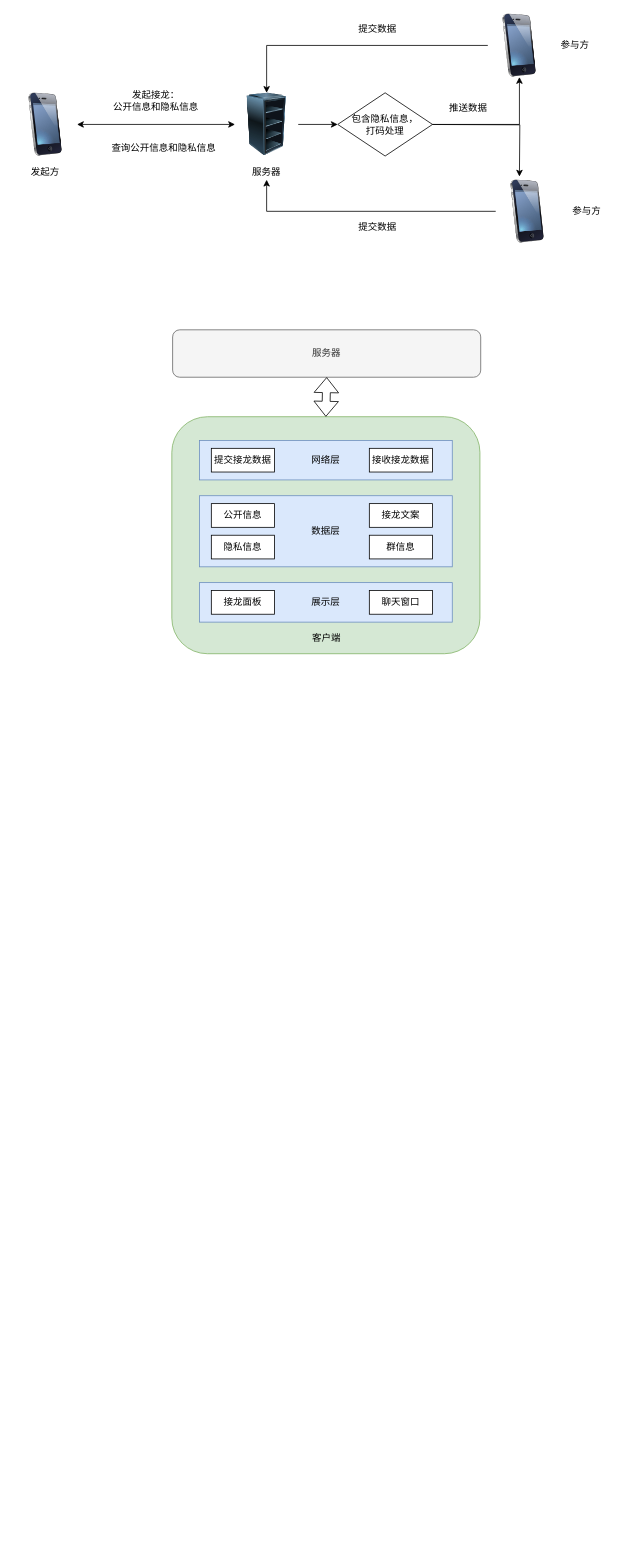
Above: Untitled Diagram.drawio in wind1096471134/Brainstorming (draw.io), before the change. Source tidied: cells renumbered, new cells numbered last; positions are measured from the earlier drawing's top-left corner, leaving out a move shared by most shapes. Both pictures are drawn from the tidied source at 79%, with x=0, y=0 at pixel (13, 13).
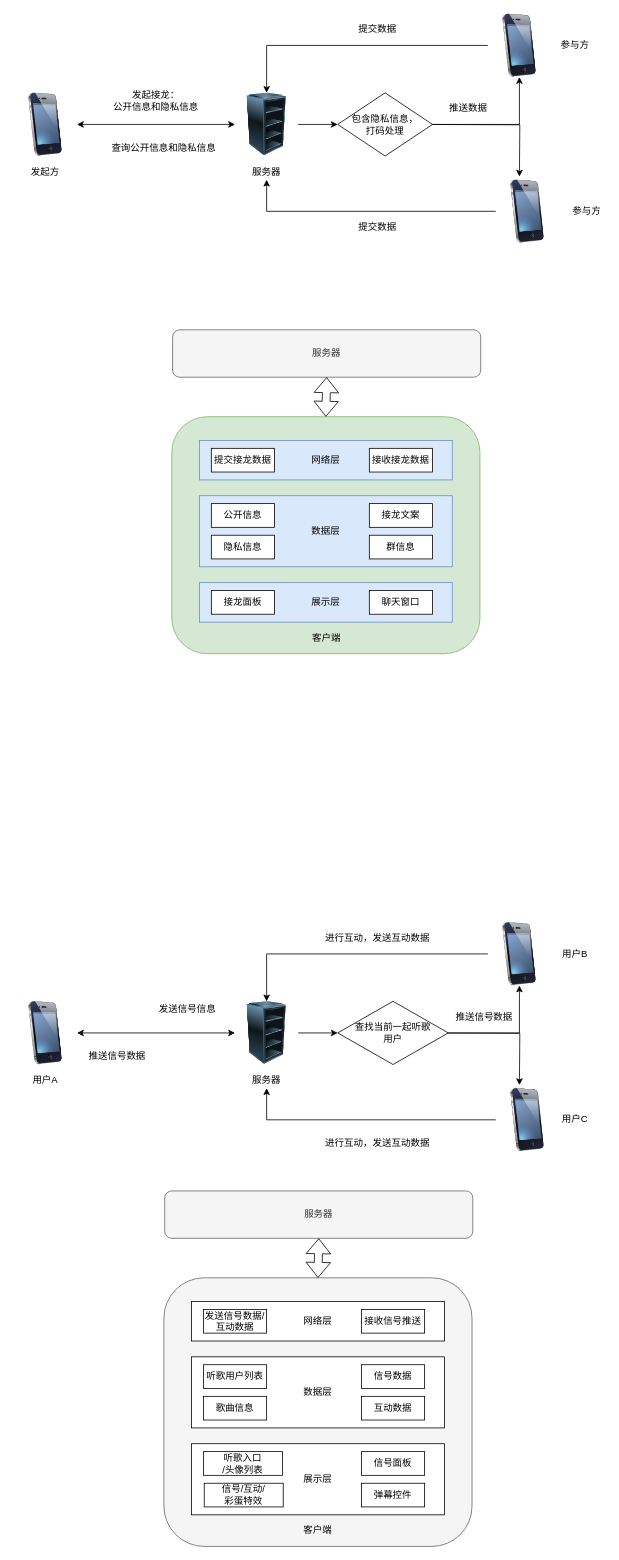
After the change.

What changed in the source:
```diff
@@
+    <mxCell id="37" style="image;html=1;labelBackgroundColor=#ffffff;image=img/lib/clip_art/telecommunication/iPhone_128x128.png;" parent="1" vertex="1">
+      <mxGeometry y="1250" width="80" height="80" as="geometry" />
+    </mxCell>
+    <mxCell id="38" value="用户A" style="text;html=1;strokeColor=none;fillColor=none;align=center;verticalAlign=middle;whiteSpace=wrap;rounded=0;" parent="1" vertex="1">
+      <mxGeometry x="20" y="1340" width="40" height="20" as="geometry" />
+    </mxCell>
+    <mxCell id="39" style="edgeStyle=orthogonalEdgeStyle;rounded=0;jettySize=auto;html=1;entryX=0;entryY=0.5;entryDx=0;entryDy=0;" parent="1" edge="1" source="40" target="51">
+      <mxGeometry relative="1" as="geometry" />
+    </mxCell>
+    <mxCell id="40" style="image;html=1;labelBackgroundColor=#ffffff;image=img/lib/clip_art/computers/Server_Rack_Empty_128x128.png;" parent="1" vertex="1">
+      <mxGeometry x="280" y="1250" width="80" height="80" as="geometry" />
+    </mxCell>
+    <mxCell id="41" value="服务器" style="text;html=1;strokeColor=none;fillColor=none;align=center;verticalAlign=middle;whiteSpace=wrap;rounded=0;" parent="1" vertex="1">
+      <mxGeometry x="300" y="1340" width="40" height="20" as="geometry" />
+    </mxCell>
+    <mxCell id="42" style="endArrow=classic;startArrow=classic;html=1;entryX=0;entryY=0.5;entryDx=0;entryDy=0;exitX=1;exitY=0.5;exitDx=0;exitDy=0;" parent="1" edge="1" source="37" target="40">
+      <mxGeometry relative="1" as="geometry" />
+    </mxCell>
+    <mxCell id="43" value="发送信号信息" style="text;html=1;strokeColor=none;fillColor=none;align=center;verticalAlign=middle;whiteSpace=wrap;rounded=0;" parent="1" vertex="1">
+      <mxGeometry x="160" y="1250" width="120" height="20" as="geometry" />
+    </mxCell>
+    <mxCell id="44" style="edgeStyle=orthogonalEdgeStyle;rounded=0;jettySize=auto;html=1;" parent="1" edge="1" source="45" target="40">
+      <mxGeometry relative="1" as="geometry" />
+    </mxCell>
+    <mxCell id="45" style="image;html=1;labelBackgroundColor=#ffffff;image=img/lib/clip_art/telecommunication/iPhone_128x128.png;" parent="1" vertex="1">
+      <mxGeometry x="600" y="1150" width="80" height="80" as="geometry" />
+    </mxCell>
+    <mxCell id="46" style="edgeStyle=orthogonalEdgeStyle;rounded=0;jettySize=auto;html=1;entryX=0.5;entryY=1;entryDx=0;entryDy=0;" parent="1" edge="1" source="47" target="41">
+      <mxGeometry relative="1" as="geometry" />
+    </mxCell>
+    <mxCell id="47" style="image;html=1;labelBackgroundColor=#ffffff;image=img/lib/clip_art/telecommunication/iPhone_128x128.png;" parent="1" vertex="1">
+      <mxGeometry x="610" y="1360" width="80" height="80" as="geometry" />
+    </mxCell>
+    <mxCell id="48" value="推送信号数据" style="text;html=1;strokeColor=none;fillColor=none;align=center;verticalAlign=middle;whiteSpace=wrap;rounded=0;" parent="1" vertex="1">
+      <mxGeometry x="61" y="1310" width="140" height="20" as="geometry" />
+    </mxCell>
+    <mxCell id="49" style="edgeStyle=orthogonalEdgeStyle;rounded=0;jettySize=auto;html=1;" parent="1" edge="1" source="51" target="45">
+      <mxGeometry relative="1" as="geometry" />
+    </mxCell>
+    <mxCell id="50" style="edgeStyle=orthogonalEdgeStyle;rounded=0;orthogonalLoop=1;jettySize=auto;html=1;entryX=0.388;entryY=-0.05;entryDx=0;entryDy=0;entryPerimeter=0;" parent="1" edge="1">
+      <mxGeometry relative="1" as="geometry">
+        <mxPoint x="509" y="1290" as="sourcePoint" />
+        <mxPoint x="640" y="1356" as="targetPoint" />
+      </mxGeometry>
+    </mxCell>
+    <mxCell id="51" value="查找当前一起听歌&lt;br&gt;用户" style="rhombus;whiteSpace=wrap;html=1;" parent="1" vertex="1">
+      <mxGeometry x="410" y="1250" width="140" height="80" as="geometry" />
+    </mxCell>
+    <mxCell id="52" value="用户C" style="text;html=1;align=center;verticalAlign=middle;" parent="1" vertex="1">
+      <mxGeometry x="685" y="1389" width="50" height="20" as="geometry" />
+    </mxCell>
+    <mxCell id="53" value="用户B" style="text;html=1;align=center;verticalAlign=middle;" parent="1" vertex="1">
+      <mxGeometry x="685" y="1180" width="50" height="20" as="geometry" />
+    </mxCell>
+    <mxCell id="54" value="推送信号数据" style="text;html=1;align=center;verticalAlign=middle;" parent="1" vertex="1">
+      <mxGeometry x="550" y="1260" width="90" height="20" as="geometry" />
+    </mxCell>
+    <mxCell id="55" value="进行互动，发送互动数据" style="text;html=1;align=center;verticalAlign=middle;" parent="1" vertex="1">
+      <mxGeometry x="385" y="1160" width="150" height="20" as="geometry" />
+    </mxCell>
+    <mxCell id="56" value="进行互动，发送互动数据" style="text;html=1;align=center;verticalAlign=middle;" parent="1" vertex="1">
+      <mxGeometry x="385" y="1420" width="150" height="20" as="geometry" />
+    </mxCell>
+    <mxCell id="57" value="服务器" style="rounded=1;whiteSpace=wrap;html=1;fillColor=#f5f5f5;strokeColor=#666666;fontColor=#333333;" parent="1" vertex="1">
+      <mxGeometry x="191" y="1490" width="390" height="60" as="geometry" />
+    </mxCell>
+    <mxCell id="58" style="rounded=1;whiteSpace=wrap;html=1;fillColor=#f5f5f5;strokeColor=#666666;fontColor=#333333;" parent="1" vertex="1">
+      <mxGeometry x="190" y="1600" width="390" height="340" as="geometry" />
+    </mxCell>
+    <mxCell id="59" value="网络层" style="rounded=0;whiteSpace=wrap;html=1;" parent="1" vertex="1">
+      <mxGeometry x="225" y="1630" width="320" height="50" as="geometry" />
+    </mxCell>
+    <mxCell id="60" value="数据层" style="rounded=0;whiteSpace=wrap;html=1;" parent="1" vertex="1">
+      <mxGeometry x="225" y="1700" width="320" height="90" as="geometry" />
+    </mxCell>
+    <mxCell id="61" value="展示层" style="rounded=0;whiteSpace=wrap;html=1;" parent="1" vertex="1">
+      <mxGeometry x="225" y="1810" width="320" height="90" as="geometry" />
+    </mxCell>
+    <mxCell id="62" value="客户端" style="text;html=1;strokeColor=none;fillColor=none;align=center;verticalAlign=middle;whiteSpace=wrap;rounded=0;" parent="1" vertex="1">
+      <mxGeometry x="365" y="1910" width="40" height="20" as="geometry" />
+    </mxCell>
+    <mxCell id="63" style="shape=flexArrow;endArrow=classic;startArrow=classic;html=1;exitX=0.5;exitY=0;exitDx=0;exitDy=0;entryX=0.5;entryY=1;entryDx=0;entryDy=0;" parent="1" edge="1" source="58" target="57">
+      <mxGeometry relative="1" as="geometry" />
+    </mxCell>
+    <mxCell id="64" value="发送信号数据/互动数据" style="rounded=0;whiteSpace=wrap;html=1;" parent="1" vertex="1">
+      <mxGeometry x="240" y="1640" width="80" height="30" as="geometry" />
+    </mxCell>
+    <mxCell id="65" value="接收信号推送" style="rounded=0;whiteSpace=wrap;html=1;" parent="1" vertex="1">
+      <mxGeometry x="440" y="1640" width="80" height="30" as="geometry" />
+    </mxCell>
+    <mxCell id="66" value="听歌用户列表" style="rounded=0;whiteSpace=wrap;html=1;" parent="1" vertex="1">
+      <mxGeometry x="240" y="1710" width="80" height="30" as="geometry" />
+    </mxCell>
+    <mxCell id="67" value="互动数据" style="rounded=0;whiteSpace=wrap;html=1;" parent="1" vertex="1">
+      <mxGeometry x="440" y="1750" width="80" height="30" as="geometry" />
+    </mxCell>
+    <mxCell id="68" value="听歌入口&lt;br&gt;/头像列表" style="rounded=0;whiteSpace=wrap;html=1;" parent="1" vertex="1">
+      <mxGeometry x="240" y="1820" width="100" height="30" as="geometry" />
+    </mxCell>
+    <mxCell id="69" value="信号面板" style="rounded=0;whiteSpace=wrap;html=1;" parent="1" vertex="1">
+      <mxGeometry x="440" y="1820" width="80" height="30" as="geometry" />
+    </mxCell>
+    <mxCell id="70" value="歌曲信息" style="rounded=0;whiteSpace=wrap;html=1;" parent="1" vertex="1">
+      <mxGeometry x="240" y="1750" width="80" height="30" as="geometry" />
+    </mxCell>
+    <mxCell id="71" value="信号数据" style="rounded=0;whiteSpace=wrap;html=1;" parent="1" vertex="1">
+      <mxGeometry x="440" y="1710" width="80" height="30" as="geometry" />
+    </mxCell>
+    <mxCell id="72" value="弹幕控件" style="rounded=0;whiteSpace=wrap;html=1;" parent="1" vertex="1">
+      <mxGeometry x="440" y="1860" width="80" height="30" as="geometry" />
+    </mxCell>
+    <mxCell id="73" value="信号/互动/&lt;br&gt;彩蛋特效" style="rounded=0;whiteSpace=wrap;html=1;" parent="1" vertex="1">
+      <mxGeometry x="241" y="1860" width="100" height="30" as="geometry" />
+    </mxCell>
```
